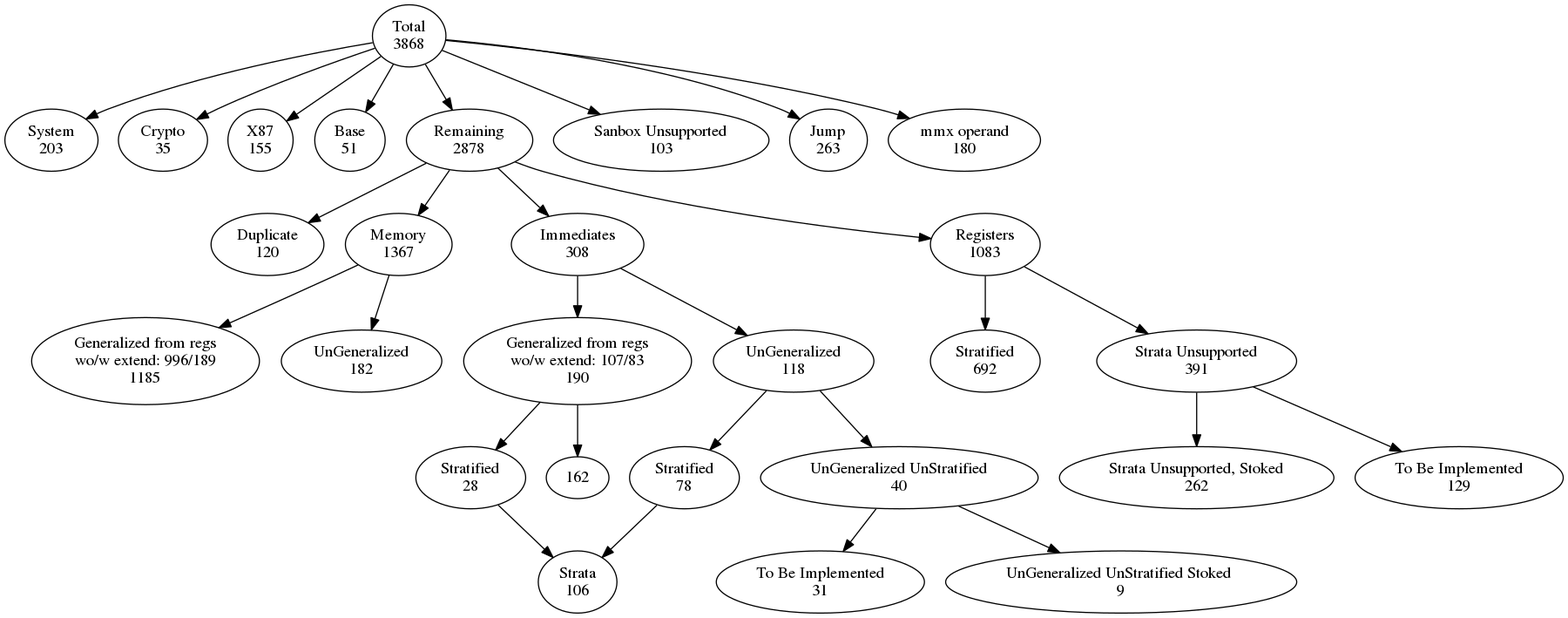
This is x86-semantics/docs/reports/insttruction_support_status.png from kframework/X86-64-semantics, a Graphviz export, as it was before one commit. Its source is kept beside it as x86-semantics/docs/reports/insttruction_support_status.dot. Its diagram source:
```dot
digraph graphname {


  T [label="Total\n3868"]
    SYS      [label="System\n203"]
    CRYPTO      [label="Crypto\n35"]
    X87      [label="X87\n155"]
    BASE      [label="Base\n51"]
    REM        [label="Remaining\n2878"]
    US      [label="Sanbox Unsupported\n103"]
    JMP      [label="Jump\n263"]
    MMX      [label="mmx operand\n180"]

  T -> SYS
  T -> CRYPTO
  T -> X87
  T -> US
  T -> BASE
  T -> REM
  T -> JMP
  T -> MMX

  {rank = same; T; }
  {rank = same; SYS; CRYPTO; X87; US; JMP; MMX;  }
  {rank = same; REM, BASE}

  /***************************************************/

  DUP      [label="Duplicate\n120"]
  MEM      [label="Memory\n1367"]
  IMMS [label="Immediates\n308"]
  REGS [label="Registers\n1083"]

  REM -> DUP
  REM -> MEM
  REM -> IMMS
  REM -> REGS
  {rank = same; DUP; MEM; IMMS; REGS;}

  /***************************************************/
  REGS_STRATA [label="Stratified\n692"]
  REGS_UNSTRATA [label="Strata Unsupported\n391"]
  REGS_UNSTRATA_STOKED [label="Strata Unsupported, Stoked\n262"]
  REGS_TBI [label="To Be Implemented\n129"]

  REGS -> REGS_STRATA
  REGS -> REGS_UNSTRATA
  REGS_UNSTRATA -> REGS_UNSTRATA_STOKED
  REGS_UNSTRATA -> REGS_TBI

  {rank = same; REGS_STRATA; REGS_UNSTRATA; }
  {rank = same; REGS_UNSTRATA_STOKED; REGS_TBI; }

  /***************************************************/
  MEM_G [label="Generalized from regs\nwo/w extend: 996/189\n1185"]
  MEM_UG [label="UnGeneralized\n182"]

  MEM -> MEM_G
  MEM -> MEM_UG

  {rank = same; MEM_UG; MEM_G; }

  /***************************************************/
  G [label="Generalized from regs\nwo/w extend: 107/83\n190"]
  UG [label="UnGeneralized\n118"]
  S1 [label="Stratified\n28"]
  S2 [label="Stratified\n78"]
  S [label="Strata\n106"]
  TBI [label="To Be Implemented\n31"]
  UGUS [label="UnGeneralized UnStratified\n40"]
  UGUSS [label="UnGeneralized UnStratified Stoked \n9"]

  IMMS -> G
  IMMS -> UG

  G -> S1 -> S
  G -> 162
  UG -> S2 -> S
  UG -> UGUS -> UGUSS
  UGUS -> TBI

  {rank = same; IMMS; }
  {rank = same; G; UG; }
  {rank = same; S1; S2; UGUS }
  {rank = same; S; TBI  }





 }
```
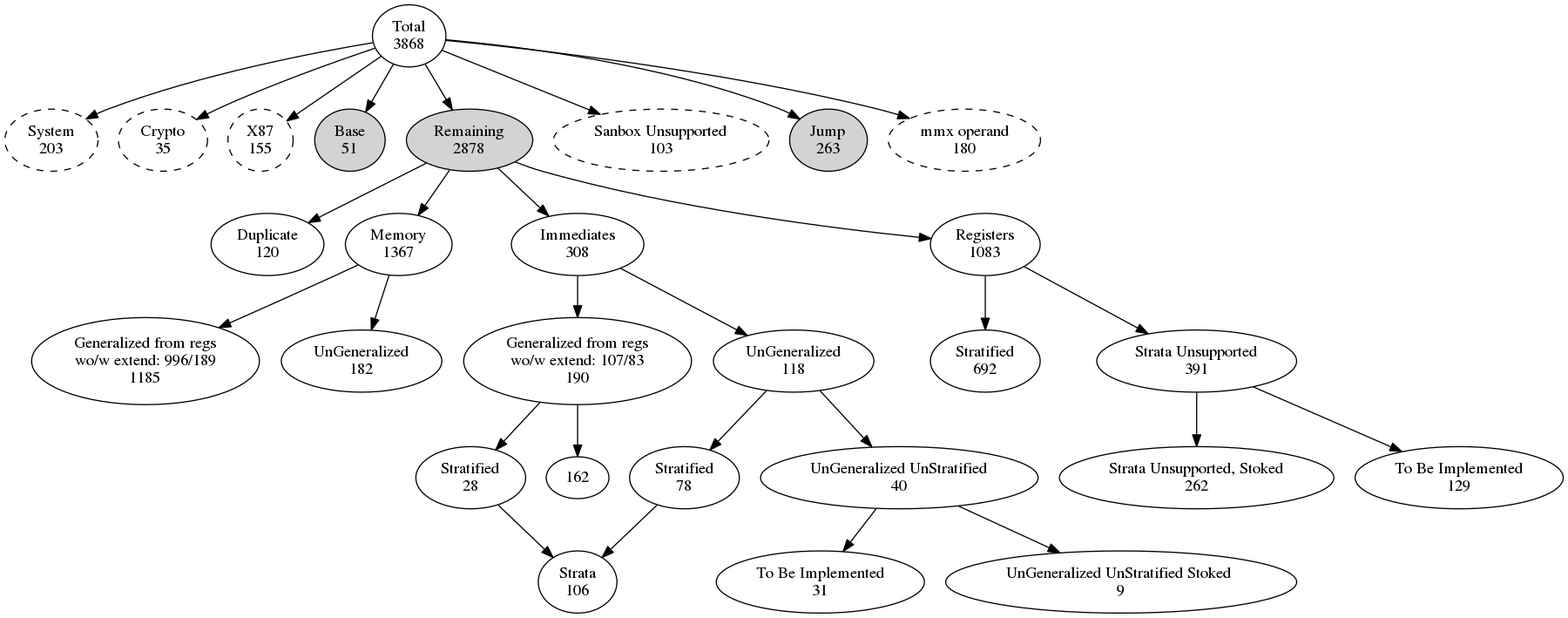
Later version of the same file.

Change to the diagram source:
```diff
@@ -2,14 +2,14 @@
 
 
   T [label="Total\n3868"]
-    SYS      [label="System\n203"]
-    CRYPTO      [label="Crypto\n35"]
-    X87      [label="X87\n155"]
-    BASE      [label="Base\n51"]
-    REM        [label="Remaining\n2878"]
-    US      [label="Sanbox Unsupported\n103"]
-    JMP      [label="Jump\n263"]
-    MMX      [label="mmx operand\n180"]
+    SYS         [style=dashed; label="System\n203"]
+    CRYPTO      [style=dashed; label="Crypto\n35"]
+    X87         [style=dashed; label="X87\n155"]
+    BASE        [style=filled; label="Base\n51"]
+    REM         [style=filled; label="Remaining\n2878"]
+    US          [style=dashed; label="Sanbox Unsupported\n103"]
+    JMP         [style=filled; label="Jump\n263"]
+    MMX         [style=dashed; label="mmx operand\n180"]
 
   T -> SYS
   T -> CRYPTO
```
